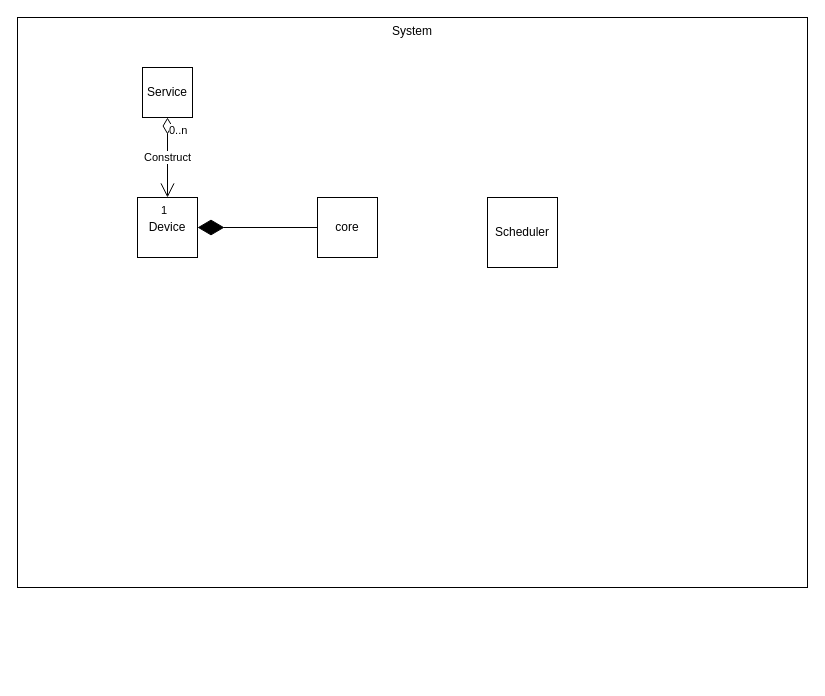
The draw.io diagram Untitled Diagram.drawio in hkjj293/lw-gp-iot, before the edit. Source tidied: cells renumbered, new cells numbered last; positions are measured from the earlier drawing's top-left corner, leaving out a move shared by most shapes. Both pictures are drawn from the tidied source at 100%, with x=0, y=0 at pixel (17, 17).
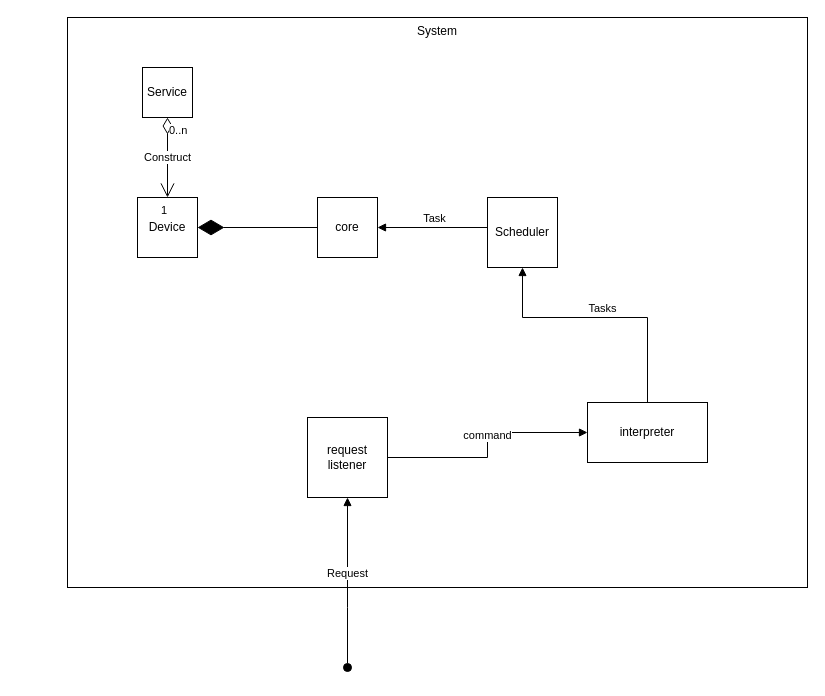
Above is the later version.

Unchanged cells that the change refers to:
```xml
<mxCell id="2" style="group;verticalAlign=top;fillColor=none;" parent="1" vertex="1">
  <mxGeometry width="790" height="570" as="geometry" />
</mxCell>
<mxCell id="6" value="core" style="whiteSpace=wrap;html=1;" parent="2" vertex="1">
  <mxGeometry x="300" y="180" width="60" height="60" as="geometry" />
</mxCell>
<mxCell id="11" value="Scheduler" style="whiteSpace=wrap;html=1;" parent="2" vertex="1">
  <mxGeometry x="470" y="180" width="70" height="70" as="geometry" />
</mxCell>
```

What changed in the source:
```diff
@@
     <mxCell id="3" value="System" style="rounded=0;whiteSpace=wrap;html=1;verticalAlign=top;fillColor=none;" parent="2" vertex="1">
-      <mxGeometry width="790" height="570" as="geometry" />
+      <mxGeometry x="50" width="740" height="570" as="geometry" />
     </mxCell>
@@
+    <mxCell id="12" value="request listener" style="whiteSpace=wrap;html=1;" parent="2" vertex="1">
+      <mxGeometry x="290" y="400" width="80" height="80" as="geometry" />
+    </mxCell>
+    <mxCell id="13" value="command" style="html=1;verticalAlign=bottom;endArrow=block;elbow=vertical;rounded=0;exitX=1;exitY=0.5;exitDx=0;exitDy=0;edgeStyle=orthogonalEdgeStyle;entryX=0;entryY=0.5;entryDx=0;entryDy=0;" parent="2" edge="1" source="12" target="14">
+      <mxGeometry relative="1" as="geometry" />
+    </mxCell>
+    <mxCell id="14" value="interpreter" style="rounded=0;whiteSpace=wrap;html=1;" parent="2" vertex="1">
+      <mxGeometry x="570" y="385" width="120" height="60" as="geometry" />
+    </mxCell>
+    <mxCell id="15" value="Tasks" style="html=1;verticalAlign=bottom;endArrow=block;edgeStyle=elbowEdgeStyle;elbow=vertical;curved=0;rounded=0;exitX=0.5;exitY=0;exitDx=0;exitDy=0;entryX=0.5;entryY=1;entryDx=0;entryDy=0;" parent="2" edge="1" source="14" target="11">
+      <mxGeometry relative="1" as="geometry">
+        <Array as="points">
+          <mxPoint x="620" y="300" />
+        </Array>
+      </mxGeometry>
+    </mxCell>
+    <mxCell id="16" value="Task" style="html=1;verticalAlign=bottom;endArrow=block;edgeStyle=elbowEdgeStyle;elbow=vertical;curved=0;rounded=0;exitX=0;exitY=0.5;exitDx=0;exitDy=0;entryX=1;entryY=0.5;entryDx=0;entryDy=0;" parent="2" edge="1" source="11" target="6">
+      <mxGeometry relative="1" as="geometry">
+        <Array as="points">
+          <mxPoint x="420" y="210" />
+        </Array>
+      </mxGeometry>
+    </mxCell>
+    <mxCell id="17" value="Request" style="html=1;verticalAlign=bottom;startArrow=oval;startFill=1;endArrow=block;startSize=8;edgeStyle=elbowEdgeStyle;elbow=vertical;curved=0;rounded=0;entryX=0.5;entryY=1;entryDx=0;entryDy=0;" parent="1" edge="1" target="12">
+      <mxGeometry relative="1" as="geometry">
+        <mxPoint x="330" y="650" as="sourcePoint" />
+        <Array as="points">
+          <mxPoint x="340" y="590" />
+        </Array>
+      </mxGeometry>
+    </mxCell>
```
